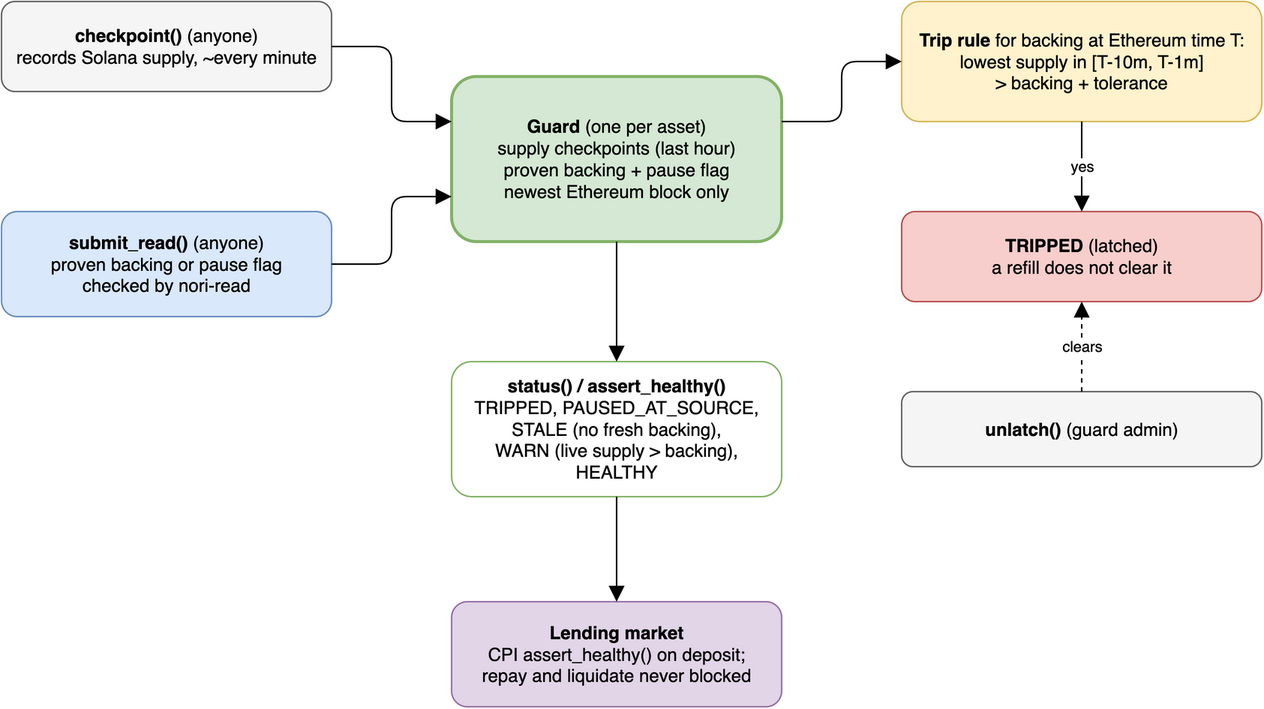
Above: docs/backstop-guard.drawio.png in Nori-zk/nori-worldsfair-submission (draw.io), before the change. Source tidied: cells renumbered, new cells last; positions are measured from the earlier drawing's top-left corner, leaving out a move shared by most shapes.
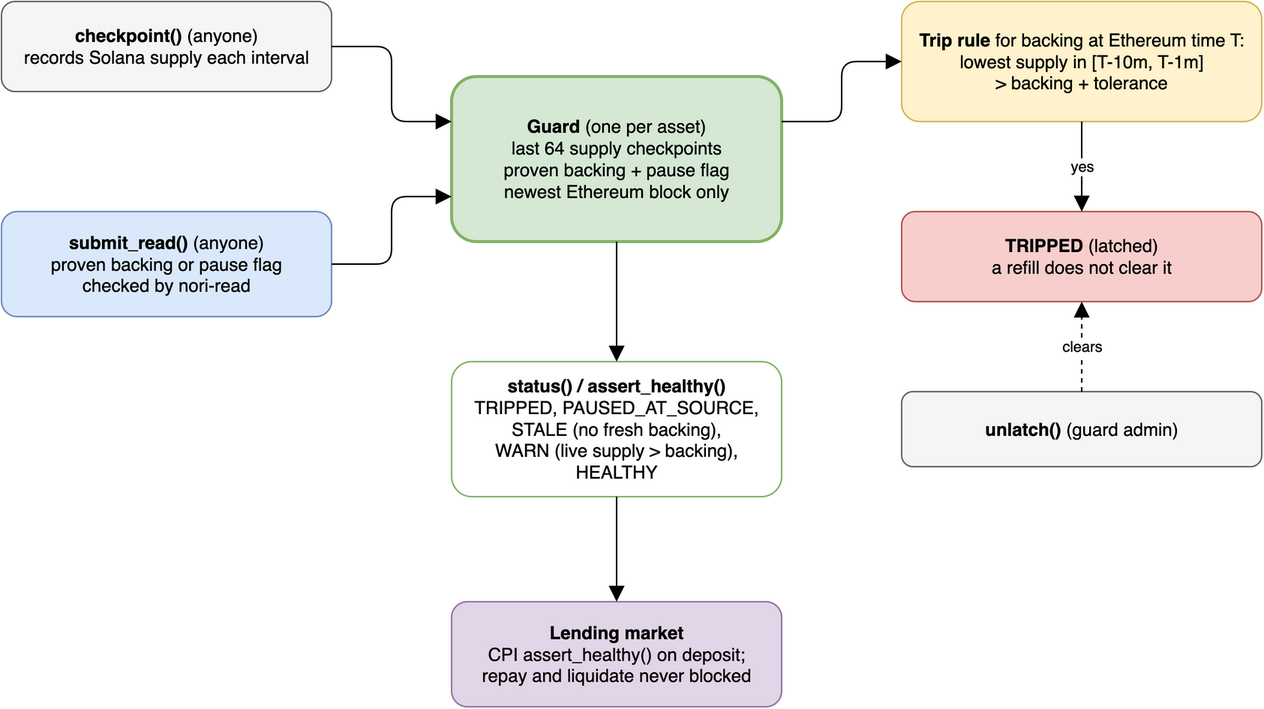
The same file after the commit.

Diff of the diagram source:
```diff
@@ -2,13 +2,13 @@
   <root>
     <mxCell id="0" />
     <mxCell id="1" parent="0" />
-    <mxCell id="2" value="&lt;b&gt;checkpoint()&lt;/b&gt; (anyone)&lt;br&gt;records Solana supply, ~every minute" style="rounded=1;whiteSpace=wrap;html=1;fillColor=#f5f5f5;strokeColor=#666666;" parent="1" vertex="1">
+    <mxCell id="2" value="&lt;b&gt;checkpoint()&lt;/b&gt; (anyone)&lt;br&gt;records Solana supply each interval" style="rounded=1;whiteSpace=wrap;html=1;fillColor=#f5f5f5;strokeColor=#666666;" parent="1" vertex="1">
       <mxGeometry width="220" height="60" as="geometry" />
     </mxCell>
     <mxCell id="3" value="&lt;b&gt;submit_read()&lt;/b&gt; (anyone)&lt;br&gt;proven backing or pause flag&lt;br&gt;checked by nori-read" style="rounded=1;whiteSpace=wrap;html=1;fillColor=#dae8fc;strokeColor=#6c8ebf;" parent="1" vertex="1">
       <mxGeometry y="140" width="220" height="70" as="geometry" />
     </mxCell>
-    <mxCell id="4" value="&lt;b&gt;Guard&lt;/b&gt; (one per asset)&lt;br&gt;supply checkpoints (last hour)&lt;br&gt;proven backing + pause flag&lt;br&gt;newest Ethereum block only" style="rounded=1;whiteSpace=wrap;html=1;fillColor=#d5e8d4;strokeColor=#82b366;strokeWidth=2;" parent="1" vertex="1">
+    <mxCell id="4" value="&lt;b&gt;Guard&lt;/b&gt; (one per asset)&lt;br&gt;last 64 supply checkpoints&lt;br&gt;proven backing + pause flag&lt;br&gt;newest Ethereum block only" style="rounded=1;whiteSpace=wrap;html=1;fillColor=#d5e8d4;strokeColor=#82b366;strokeWidth=2;" parent="1" vertex="1">
       <mxGeometry x="300" y="50" width="220" height="110" as="geometry" />
     </mxCell>
     <mxCell id="5" value="&lt;b&gt;Trip rule&lt;/b&gt; for backing at Ethereum time T:&lt;br&gt;lowest supply in [T-10m, T-1m]&lt;br&gt;&amp;gt; backing + tolerance" style="rounded=1;whiteSpace=wrap;html=1;fillColor=#fff2cc;strokeColor=#d6b656;" parent="1" vertex="1">
```
